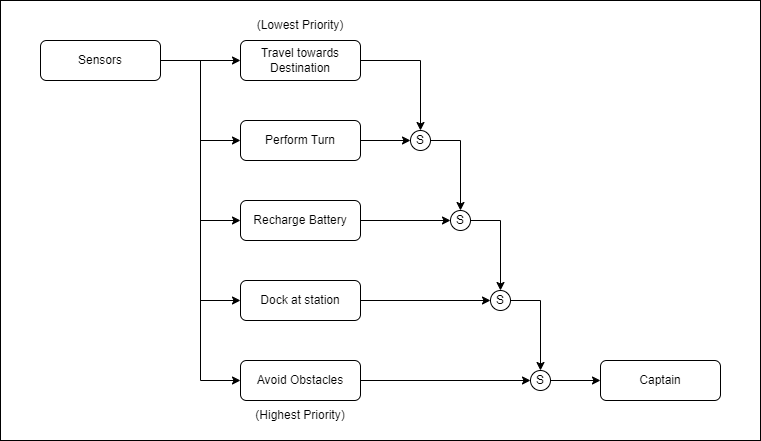
Before: documents/subsumption_diagram.png, a diagram exported from draw.io (UMNIYAH/Mail-Delivery-Robot). Source tidied: cells renumbered, new cells last; positions are measured from the earlier drawing's top-left corner, leaving out a move shared by most shapes. Its diagram source:
```xml
<mxGraphModel>
  <root>
    <mxCell id="0" />
    <mxCell id="1" parent="0" />
    <mxCell id="2" style="rounded=0;whiteSpace=wrap;html=1;" parent="1" vertex="1">
      <mxGeometry width="760" height="440" as="geometry" />
    </mxCell>
    <mxCell id="3" style="edgeStyle=orthogonalEdgeStyle;rounded=0;jettySize=auto;html=1;exitX=1;exitY=0.5;exitDx=0;exitDy=0;entryX=0;entryY=0.5;entryDx=0;entryDy=0;" parent="1" edge="1" source="8" target="12">
      <mxGeometry relative="1" as="geometry" />
    </mxCell>
    <mxCell id="4" style="edgeStyle=orthogonalEdgeStyle;rounded=0;jettySize=auto;html=1;exitX=1;exitY=0.5;exitDx=0;exitDy=0;entryX=0;entryY=0.5;entryDx=0;entryDy=0;" parent="1" edge="1" source="8" target="14">
      <mxGeometry relative="1" as="geometry" />
    </mxCell>
    <mxCell id="5" style="edgeStyle=orthogonalEdgeStyle;rounded=0;jettySize=auto;html=1;exitX=1;exitY=0.5;exitDx=0;exitDy=0;entryX=0;entryY=0.5;entryDx=0;entryDy=0;" parent="1" edge="1" source="8" target="10">
      <mxGeometry relative="1" as="geometry" />
    </mxCell>
    <mxCell id="6" style="edgeStyle=orthogonalEdgeStyle;rounded=0;jettySize=auto;html=1;exitX=1;exitY=0.5;exitDx=0;exitDy=0;entryX=0;entryY=0.5;entryDx=0;entryDy=0;" parent="1" edge="1" source="8" target="18">
      <mxGeometry relative="1" as="geometry" />
    </mxCell>
    <mxCell id="7" style="edgeStyle=orthogonalEdgeStyle;rounded=0;jettySize=auto;html=1;exitX=1;exitY=0.5;exitDx=0;exitDy=0;entryX=0;entryY=0.5;entryDx=0;entryDy=0;" parent="1" edge="1" source="8" target="16">
      <mxGeometry relative="1" as="geometry" />
    </mxCell>
    <mxCell id="8" value="Sensors" style="rounded=1;whiteSpace=wrap;html=1;" parent="1" vertex="1">
      <mxGeometry x="40" y="40" width="120" height="40" as="geometry" />
    </mxCell>
    <mxCell id="9" style="edgeStyle=orthogonalEdgeStyle;rounded=0;jettySize=auto;html=1;exitX=1;exitY=0.5;exitDx=0;exitDy=0;entryX=0;entryY=0.5;entryDx=0;entryDy=0;" parent="1" edge="1" source="10" target="25">
      <mxGeometry relative="1" as="geometry" />
    </mxCell>
    <mxCell id="10" value="Dock at station" style="rounded=1;whiteSpace=wrap;html=1;" parent="1" vertex="1">
      <mxGeometry x="240" y="280" width="120" height="40" as="geometry" />
    </mxCell>
    <mxCell id="11" style="edgeStyle=orthogonalEdgeStyle;rounded=0;jettySize=auto;html=1;exitX=1;exitY=0.5;exitDx=0;exitDy=0;entryX=0.5;entryY=0;entryDx=0;entryDy=0;" parent="1" edge="1" source="12" target="29">
      <mxGeometry relative="1" as="geometry" />
    </mxCell>
    <mxCell id="12" value="Travel towards Destination" style="rounded=1;whiteSpace=wrap;html=1;" parent="1" vertex="1">
      <mxGeometry x="240" y="40" width="120" height="40" as="geometry" />
    </mxCell>
    <mxCell id="13" style="edgeStyle=orthogonalEdgeStyle;rounded=0;jettySize=auto;html=1;exitX=1;exitY=0.5;exitDx=0;exitDy=0;entryX=0;entryY=0.5;entryDx=0;entryDy=0;" parent="1" edge="1" source="14" target="29">
      <mxGeometry relative="1" as="geometry" />
    </mxCell>
    <mxCell id="14" value="Perform Turn" style="rounded=1;whiteSpace=wrap;html=1;" parent="1" vertex="1">
      <mxGeometry x="240" y="120" width="120" height="40" as="geometry" />
    </mxCell>
    <mxCell id="15" style="edgeStyle=orthogonalEdgeStyle;rounded=0;jettySize=auto;html=1;exitX=1;exitY=0.5;exitDx=0;exitDy=0;entryX=0;entryY=0.5;entryDx=0;entryDy=0;" parent="1" edge="1" source="16" target="23">
      <mxGeometry relative="1" as="geometry" />
    </mxCell>
    <mxCell id="16" value="Avoid Obstacles" style="rounded=1;whiteSpace=wrap;html=1;" parent="1" vertex="1">
      <mxGeometry x="240" y="360" width="120" height="40" as="geometry" />
    </mxCell>
    <mxCell id="17" style="edgeStyle=orthogonalEdgeStyle;rounded=0;jettySize=auto;html=1;exitX=1;exitY=0.5;exitDx=0;exitDy=0;entryX=0;entryY=0.5;entryDx=0;entryDy=0;" parent="1" edge="1" source="18" target="27">
      <mxGeometry relative="1" as="geometry" />
    </mxCell>
    <mxCell id="18" value="Recharge Battery" style="rounded=1;whiteSpace=wrap;html=1;" parent="1" vertex="1">
      <mxGeometry x="240" y="200" width="120" height="40" as="geometry" />
    </mxCell>
    <mxCell id="19" value="(Highest Priority)" style="text;html=1;align=center;verticalAlign=middle;whiteSpace=wrap;rounded=0;" parent="1" vertex="1">
      <mxGeometry x="250" y="400" width="100" height="30" as="geometry" />
    </mxCell>
    <mxCell id="20" value="(Lowest Priority)" style="text;html=1;align=center;verticalAlign=middle;whiteSpace=wrap;rounded=0;" parent="1" vertex="1">
      <mxGeometry x="250" y="10" width="100" height="30" as="geometry" />
    </mxCell>
    <mxCell id="21" value="Captain" style="rounded=1;whiteSpace=wrap;html=1;" parent="1" vertex="1">
      <mxGeometry x="600" y="360" width="120" height="40" as="geometry" />
    </mxCell>
    <mxCell id="22" style="edgeStyle=orthogonalEdgeStyle;rounded=0;jettySize=auto;html=1;exitX=1;exitY=0.5;exitDx=0;exitDy=0;entryX=0;entryY=0.5;entryDx=0;entryDy=0;" parent="1" edge="1" source="23" target="21">
      <mxGeometry relative="1" as="geometry" />
    </mxCell>
    <mxCell id="23" value="S" style="ellipse;whiteSpace=wrap;html=1;" parent="1" vertex="1">
      <mxGeometry x="530" y="370" width="20" height="20" as="geometry" />
    </mxCell>
    <mxCell id="24" style="edgeStyle=orthogonalEdgeStyle;rounded=0;jettySize=auto;html=1;exitX=1;exitY=0.5;exitDx=0;exitDy=0;entryX=0.5;entryY=0;entryDx=0;entryDy=0;" parent="1" edge="1" source="25" target="23">
      <mxGeometry relative="1" as="geometry" />
    </mxCell>
    <mxCell id="25" value="S" style="ellipse;whiteSpace=wrap;html=1;" parent="1" vertex="1">
      <mxGeometry x="490" y="290" width="20" height="20" as="geometry" />
    </mxCell>
    <mxCell id="26" style="edgeStyle=orthogonalEdgeStyle;rounded=0;jettySize=auto;html=1;exitX=1;exitY=0.5;exitDx=0;exitDy=0;entryX=0.5;entryY=0;entryDx=0;entryDy=0;" parent="1" edge="1" source="27" target="25">
      <mxGeometry relative="1" as="geometry" />
    </mxCell>
    <mxCell id="27" value="S" style="ellipse;whiteSpace=wrap;html=1;" parent="1" vertex="1">
      <mxGeometry x="450" y="210" width="20" height="20" as="geometry" />
    </mxCell>
    <mxCell id="28" style="edgeStyle=orthogonalEdgeStyle;rounded=0;jettySize=auto;html=1;exitX=1;exitY=0.5;exitDx=0;exitDy=0;entryX=0.5;entryY=0;entryDx=0;entryDy=0;" parent="1" edge="1" source="29" target="27">
      <mxGeometry relative="1" as="geometry" />
    </mxCell>
    <mxCell id="29" value="S" style="ellipse;whiteSpace=wrap;html=1;" parent="1" vertex="1">
      <mxGeometry x="410" y="130" width="20" height="20" as="geometry" />
    </mxCell>
  </root>
</mxGraphModel>
```
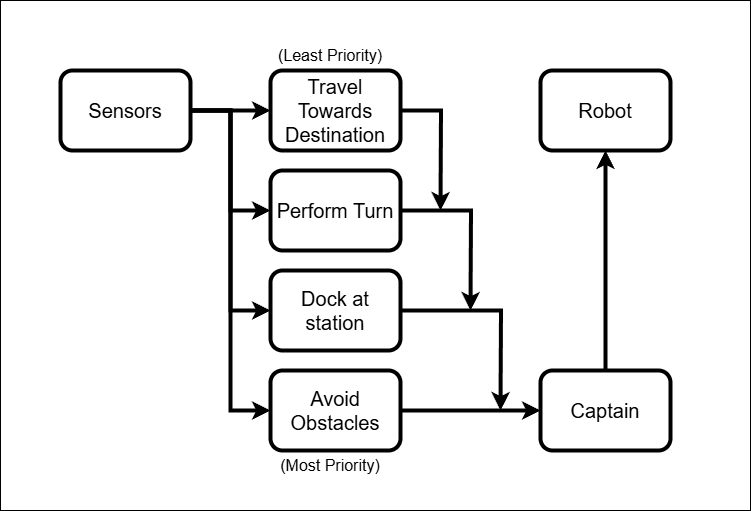
After the change.

The edit, as a diff of the source:
```diff
@@ -2,89 +2,68 @@
   <root>
     <mxCell id="0" />
     <mxCell id="1" parent="0" />
-    <mxCell id="2" style="rounded=0;whiteSpace=wrap;html=1;" parent="1" vertex="1">
-      <mxGeometry width="760" height="440" as="geometry" />
-    </mxCell>
+    <mxCell id="30" style="rounded=0;whiteSpace=wrap;html=1;fontFamily=Helvetica;fontSize=11;fontColor=default;labelBackgroundColor=default;" parent="1" vertex="1">
+      <mxGeometry x="-30" y="-30" width="750" height="510" as="geometry" />
+    </mxCell>
-    <mxCell id="3" style="edgeStyle=orthogonalEdgeStyle;rounded=0;jettySize=auto;html=1;exitX=1;exitY=0.5;exitDx=0;exitDy=0;entryX=0;entryY=0.5;entryDx=0;entryDy=0;" parent="1" edge="1" source="8" target="12">
+    <mxCell id="3" style="edgeStyle=orthogonalEdgeStyle;rounded=0;jettySize=auto;html=1;exitX=1;exitY=0.5;exitDx=0;exitDy=0;entryX=0;entryY=0.5;entryDx=0;entryDy=0;strokeWidth=4;" parent="1" edge="1" source="8" target="12">
       <mxGeometry relative="1" as="geometry" />
     </mxCell>
-    <mxCell id="4" style="edgeStyle=orthogonalEdgeStyle;rounded=0;jettySize=auto;html=1;exitX=1;exitY=0.5;exitDx=0;exitDy=0;entryX=0;entryY=0.5;entryDx=0;entryDy=0;" parent="1" edge="1" source="8" target="14">
+    <mxCell id="4" style="edgeStyle=orthogonalEdgeStyle;rounded=0;jettySize=auto;html=1;exitX=1;exitY=0.5;exitDx=0;exitDy=0;entryX=0;entryY=0.5;entryDx=0;entryDy=0;strokeWidth=4;" parent="1" edge="1" source="8" target="14">
       <mxGeometry relative="1" as="geometry" />
     </mxCell>
-    <mxCell id="5" style="edgeStyle=orthogonalEdgeStyle;rounded=0;jettySize=auto;html=1;exitX=1;exitY=0.5;exitDx=0;exitDy=0;entryX=0;entryY=0.5;entryDx=0;entryDy=0;" parent="1" edge="1" source="8" target="10">
+    <mxCell id="5" style="edgeStyle=orthogonalEdgeStyle;rounded=0;jettySize=auto;html=1;exitX=1;exitY=0.5;exitDx=0;exitDy=0;entryX=0;entryY=0.5;entryDx=0;entryDy=0;strokeWidth=4;" parent="1" edge="1" source="8" target="10">
       <mxGeometry relative="1" as="geometry" />
     </mxCell>
-    <mxCell id="6" style="edgeStyle=orthogonalEdgeStyle;rounded=0;jettySize=auto;html=1;exitX=1;exitY=0.5;exitDx=0;exitDy=0;entryX=0;entryY=0.5;entryDx=0;entryDy=0;" parent="1" edge="1" source="8" target="18">
-      <mxGeometry relative="1" as="geometry" />
-    </mxCell>
-    <mxCell id="7" style="edgeStyle=orthogonalEdgeStyle;rounded=0;jettySize=auto;html=1;exitX=1;exitY=0.5;exitDx=0;exitDy=0;entryX=0;entryY=0.5;entryDx=0;entryDy=0;" parent="1" edge="1" source="8" target="16">
+    <mxCell id="7" style="edgeStyle=orthogonalEdgeStyle;rounded=0;jettySize=auto;html=1;exitX=1;exitY=0.5;exitDx=0;exitDy=0;entryX=0;entryY=0.5;entryDx=0;entryDy=0;strokeWidth=4;" parent="1" edge="1" source="8" target="16">
       <mxGeometry relative="1" as="geometry" />
     </mxCell>
-    <mxCell id="8" value="Sensors" style="rounded=1;whiteSpace=wrap;html=1;" parent="1" vertex="1">
-      <mxGeometry x="40" y="40" width="120" height="40" as="geometry" />
+    <mxCell id="8" value="&lt;font style=&quot;font-size: 20px;&quot;&gt;Sensors&lt;/font&gt;" style="rounded=1;whiteSpace=wrap;html=1;strokeWidth=4;" parent="1" vertex="1">
+      <mxGeometry x="30" y="40" width="130" height="80" as="geometry" />
     </mxCell>
-    <mxCell id="9" style="edgeStyle=orthogonalEdgeStyle;rounded=0;jettySize=auto;html=1;exitX=1;exitY=0.5;exitDx=0;exitDy=0;entryX=0;entryY=0.5;entryDx=0;entryDy=0;" parent="1" edge="1" source="10" target="25">
-      <mxGeometry relative="1" as="geometry" />
-    </mxCell>
+    <mxCell id="31" style="edgeStyle=orthogonalEdgeStyle;shape=connector;rounded=0;jettySize=auto;html=1;exitX=1;exitY=0.5;exitDx=0;exitDy=0;strokeColor=default;strokeWidth=4;align=center;verticalAlign=middle;fontFamily=Helvetica;fontSize=11;fontColor=default;labelBackgroundColor=default;endArrow=classic;" parent="1" edge="1" source="10">
+      <mxGeometry relative="1" as="geometry">
+        <mxPoint x="470" y="380" as="targetPoint" />
+      </mxGeometry>
+    </mxCell>
-    <mxCell id="10" value="Dock at station" style="rounded=1;whiteSpace=wrap;html=1;" parent="1" vertex="1">
-      <mxGeometry x="240" y="280" width="120" height="40" as="geometry" />
+    <mxCell id="10" value="&lt;font style=&quot;font-size: 20px;&quot;&gt;Dock at station&lt;/font&gt;" style="rounded=1;whiteSpace=wrap;html=1;strokeWidth=4;" parent="1" vertex="1">
+      <mxGeometry x="240" y="240" width="130" height="80" as="geometry" />
     </mxCell>
-    <mxCell id="11" style="edgeStyle=orthogonalEdgeStyle;rounded=0;jettySize=auto;html=1;exitX=1;exitY=0.5;exitDx=0;exitDy=0;entryX=0.5;entryY=0;entryDx=0;entryDy=0;" parent="1" edge="1" source="12" target="29">
-      <mxGeometry relative="1" as="geometry" />
-    </mxCell>
+    <mxCell id="32" style="edgeStyle=orthogonalEdgeStyle;shape=connector;rounded=0;jettySize=auto;html=1;exitX=1;exitY=0.5;exitDx=0;exitDy=0;strokeColor=default;strokeWidth=4;align=center;verticalAlign=middle;fontFamily=Helvetica;fontSize=11;fontColor=default;labelBackgroundColor=default;endArrow=classic;" parent="1" edge="1" source="12">
+      <mxGeometry relative="1" as="geometry">
+        <mxPoint x="410" y="180" as="targetPoint" />
+      </mxGeometry>
+    </mxCell>
-    <mxCell id="12" value="Travel towards Destination" style="rounded=1;whiteSpace=wrap;html=1;" parent="1" vertex="1">
-      <mxGeometry x="240" y="40" width="120" height="40" as="geometry" />
+    <mxCell id="12" value="&lt;font style=&quot;font-size: 20px;&quot;&gt;Travel Towards Destination&lt;/font&gt;" style="rounded=1;whiteSpace=wrap;html=1;strokeWidth=4;" parent="1" vertex="1">
+      <mxGeometry x="240" y="40" width="130" height="80" as="geometry" />
     </mxCell>
-    <mxCell id="13" style="edgeStyle=orthogonalEdgeStyle;rounded=0;jettySize=auto;html=1;exitX=1;exitY=0.5;exitDx=0;exitDy=0;entryX=0;entryY=0.5;entryDx=0;entryDy=0;" parent="1" edge="1" source="14" target="29">
-      <mxGeometry relative="1" as="geometry" />
-    </mxCell>
+    <mxCell id="33" style="edgeStyle=orthogonalEdgeStyle;shape=connector;rounded=0;jettySize=auto;html=1;exitX=1;exitY=0.5;exitDx=0;exitDy=0;strokeColor=default;strokeWidth=4;align=center;verticalAlign=middle;fontFamily=Helvetica;fontSize=11;fontColor=default;labelBackgroundColor=default;endArrow=classic;" parent="1" edge="1" source="14">
+      <mxGeometry relative="1" as="geometry">
+        <mxPoint x="440" y="280" as="targetPoint" />
+      </mxGeometry>
+    </mxCell>
-    <mxCell id="14" value="Perform Turn" style="rounded=1;whiteSpace=wrap;html=1;" parent="1" vertex="1">
-      <mxGeometry x="240" y="120" width="120" height="40" as="geometry" />
+    <mxCell id="14" value="&lt;font style=&quot;font-size: 20px;&quot;&gt;Perform Turn&lt;/font&gt;" style="rounded=1;whiteSpace=wrap;html=1;strokeWidth=4;" parent="1" vertex="1">
+      <mxGeometry x="240" y="140" width="130" height="80" as="geometry" />
     </mxCell>
-    <mxCell id="15" style="edgeStyle=orthogonalEdgeStyle;rounded=0;jettySize=auto;html=1;exitX=1;exitY=0.5;exitDx=0;exitDy=0;entryX=0;entryY=0.5;entryDx=0;entryDy=0;" parent="1" edge="1" source="16" target="23">
-      <mxGeometry relative="1" as="geometry" />
-    </mxCell>
+    <mxCell id="34" style="edgeStyle=orthogonalEdgeStyle;shape=connector;rounded=0;jettySize=auto;html=1;exitX=1;exitY=0.5;exitDx=0;exitDy=0;entryX=0;entryY=0.5;entryDx=0;entryDy=0;strokeColor=default;strokeWidth=4;align=center;verticalAlign=middle;fontFamily=Helvetica;fontSize=11;fontColor=default;labelBackgroundColor=default;endArrow=classic;" parent="1" edge="1" source="16" target="21">
+      <mxGeometry relative="1" as="geometry" />
+    </mxCell>
-    <mxCell id="16" value="Avoid Obstacles" style="rounded=1;whiteSpace=wrap;html=1;" parent="1" vertex="1">
-      <mxGeometry x="240" y="360" width="120" height="40" as="geometry" />
+    <mxCell id="16" value="&lt;font style=&quot;font-size: 20px;&quot;&gt;Avoid Obstacles&lt;/font&gt;" style="rounded=1;whiteSpace=wrap;html=1;strokeWidth=4;" parent="1" vertex="1">
+      <mxGeometry x="240" y="340" width="130" height="80" as="geometry" />
     </mxCell>
-    <mxCell id="17" style="edgeStyle=orthogonalEdgeStyle;rounded=0;jettySize=auto;html=1;exitX=1;exitY=0.5;exitDx=0;exitDy=0;entryX=0;entryY=0.5;entryDx=0;entryDy=0;" parent="1" edge="1" source="18" target="27">
-      <mxGeometry relative="1" as="geometry" />
-    </mxCell>
-    <mxCell id="18" value="Recharge Battery" style="rounded=1;whiteSpace=wrap;html=1;" parent="1" vertex="1">
-      <mxGeometry x="240" y="200" width="120" height="40" as="geometry" />
-    </mxCell>
-    <mxCell id="19" value="(Highest Priority)" style="text;html=1;align=center;verticalAlign=middle;whiteSpace=wrap;rounded=0;" parent="1" vertex="1">
-      <mxGeometry x="250" y="400" width="100" height="30" as="geometry" />
+    <mxCell id="19" value="&lt;font style=&quot;font-size: 16px;&quot;&gt;(Most Priority)&lt;/font&gt;" style="text;html=1;align=center;verticalAlign=middle;whiteSpace=wrap;rounded=0;" parent="1" vertex="1">
+      <mxGeometry x="230" y="420" width="140" height="30" as="geometry" />
     </mxCell>
-    <mxCell id="20" value="(Lowest Priority)" style="text;html=1;align=center;verticalAlign=middle;whiteSpace=wrap;rounded=0;" parent="1" vertex="1">
-      <mxGeometry x="250" y="10" width="100" height="30" as="geometry" />
+    <mxCell id="20" value="&lt;font style=&quot;font-size: 16px;&quot;&gt;(Least Priority)&lt;/font&gt;" style="text;html=1;align=center;verticalAlign=middle;whiteSpace=wrap;rounded=0;" parent="1" vertex="1">
+      <mxGeometry x="240" y="10" width="120" height="30" as="geometry" />
     </mxCell>
+    <mxCell id="35" style="edgeStyle=orthogonalEdgeStyle;shape=connector;rounded=0;jettySize=auto;html=1;exitX=0.5;exitY=0;exitDx=0;exitDy=0;entryX=0.5;entryY=1;entryDx=0;entryDy=0;strokeColor=default;strokeWidth=4;align=center;verticalAlign=middle;fontFamily=Helvetica;fontSize=11;fontColor=default;labelBackgroundColor=default;endArrow=classic;" parent="1" edge="1" source="21" target="36">
+      <mxGeometry relative="1" as="geometry" />
+    </mxCell>
-    <mxCell id="21" value="Captain" style="rounded=1;whiteSpace=wrap;html=1;" parent="1" vertex="1">
-      <mxGeometry x="600" y="360" width="120" height="40" as="geometry" />
+    <mxCell id="21" value="&lt;font style=&quot;font-size: 20px;&quot;&gt;Captain&lt;/font&gt;" style="rounded=1;whiteSpace=wrap;html=1;strokeWidth=4;" parent="1" vertex="1">
+      <mxGeometry x="510" y="340" width="130" height="80" as="geometry" />
     </mxCell>
-    <mxCell id="22" style="edgeStyle=orthogonalEdgeStyle;rounded=0;jettySize=auto;html=1;exitX=1;exitY=0.5;exitDx=0;exitDy=0;entryX=0;entryY=0.5;entryDx=0;entryDy=0;" parent="1" edge="1" source="23" target="21">
-      <mxGeometry relative="1" as="geometry" />
-    </mxCell>
-    <mxCell id="23" value="S" style="ellipse;whiteSpace=wrap;html=1;" parent="1" vertex="1">
-      <mxGeometry x="530" y="370" width="20" height="20" as="geometry" />
-    </mxCell>
-    <mxCell id="24" style="edgeStyle=orthogonalEdgeStyle;rounded=0;jettySize=auto;html=1;exitX=1;exitY=0.5;exitDx=0;exitDy=0;entryX=0.5;entryY=0;entryDx=0;entryDy=0;" parent="1" edge="1" source="25" target="23">
-      <mxGeometry relative="1" as="geometry" />
-    </mxCell>
-    <mxCell id="25" value="S" style="ellipse;whiteSpace=wrap;html=1;" parent="1" vertex="1">
-      <mxGeometry x="490" y="290" width="20" height="20" as="geometry" />
-    </mxCell>
-    <mxCell id="26" style="edgeStyle=orthogonalEdgeStyle;rounded=0;jettySize=auto;html=1;exitX=1;exitY=0.5;exitDx=0;exitDy=0;entryX=0.5;entryY=0;entryDx=0;entryDy=0;" parent="1" edge="1" source="27" target="25">
-      <mxGeometry relative="1" as="geometry" />
-    </mxCell>
-    <mxCell id="27" value="S" style="ellipse;whiteSpace=wrap;html=1;" parent="1" vertex="1">
-      <mxGeometry x="450" y="210" width="20" height="20" as="geometry" />
-    </mxCell>
-    <mxCell id="28" style="edgeStyle=orthogonalEdgeStyle;rounded=0;jettySize=auto;html=1;exitX=1;exitY=0.5;exitDx=0;exitDy=0;entryX=0.5;entryY=0;entryDx=0;entryDy=0;" parent="1" edge="1" source="29" target="27">
-      <mxGeometry relative="1" as="geometry" />
-    </mxCell>
-    <mxCell id="29" value="S" style="ellipse;whiteSpace=wrap;html=1;" parent="1" vertex="1">
-      <mxGeometry x="410" y="130" width="20" height="20" as="geometry" />
-    </mxCell>
+    <mxCell id="36" value="&lt;font style=&quot;font-size: 20px;&quot;&gt;Robot&lt;/font&gt;" style="rounded=1;whiteSpace=wrap;html=1;strokeWidth=4;" parent="1" vertex="1">
+      <mxGeometry x="510" y="40" width="130" height="80" as="geometry" />
+    </mxCell>
   </root>
 </mxGraphModel>
```
